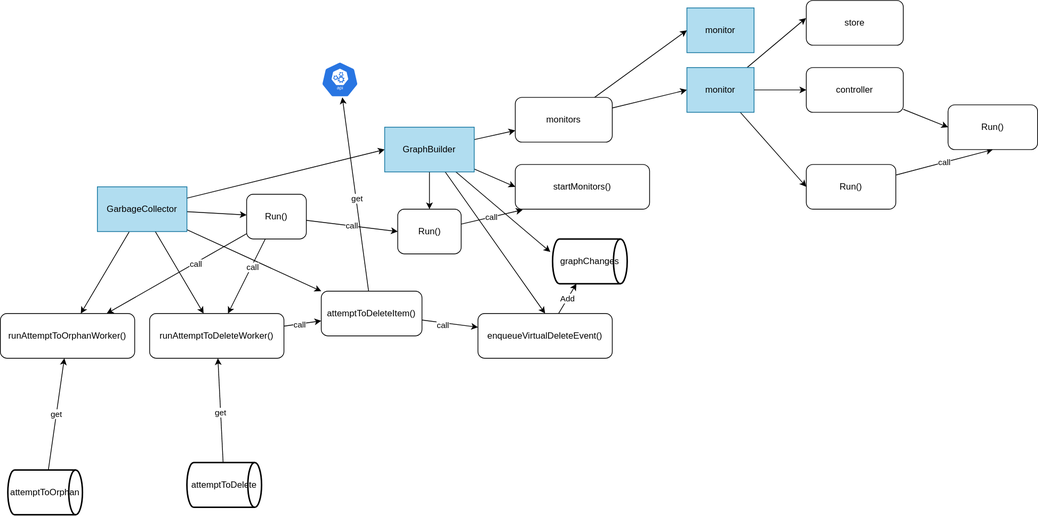
This is contents/kubernetes-components/kube-controller-manager/garbagecollector.drawio.svg from nakamasato/kubernetes-training, a draw.io export, as it was before one commit. Source tidied: cells renumbered, new cells last; positions are measured from the earlier drawing's top-left corner, leaving out a move shared by most shapes.
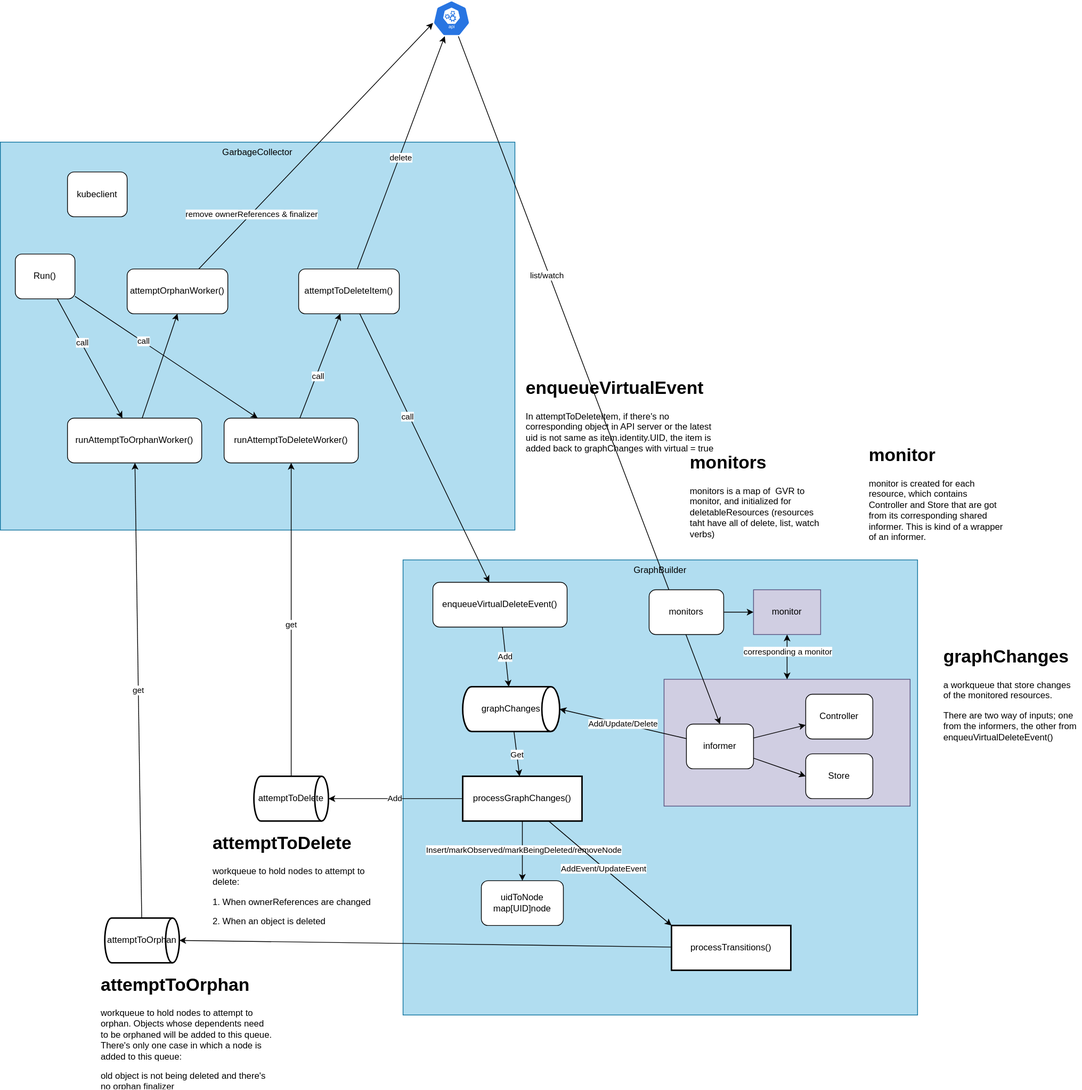
After the commit.

What changed in the source:
```diff
@@ -2,27 +2,15 @@
   <root>
     <mxCell id="0" />
     <mxCell id="1" parent="0" />
-    <mxCell id="2" style="edgeStyle=none;html=1;entryX=0;entryY=0.5;entryDx=0;entryDy=0;" parent="1" edge="1" source="41" target="29">
-      <mxGeometry relative="1" as="geometry" />
-    </mxCell>
-    <mxCell id="3" style="edgeStyle=none;html=1;" parent="1" edge="1" source="41" target="13">
-      <mxGeometry relative="1" as="geometry" />
-    </mxCell>
-    <mxCell id="4" style="edgeStyle=none;html=1;entryX=0;entryY=0;entryDx=0;entryDy=0;" parent="1" edge="1" source="41" target="34">
-      <mxGeometry relative="1" as="geometry" />
-    </mxCell>
-    <mxCell id="5" style="edgeStyle=none;html=1;" parent="1" edge="1" source="41" target="18">
-      <mxGeometry relative="1" as="geometry" />
-    </mxCell>
-    <mxCell id="6" style="edgeStyle=none;html=1;exitX=0.355;exitY=1.007;exitDx=0;exitDy=0;exitPerimeter=0;" parent="1" edge="1" source="41" target="19">
-      <mxGeometry relative="1" as="geometry" />
-    </mxCell>
-    <mxCell id="7" style="edgeStyle=none;html=1;exitX=0.5;exitY=1;exitDx=0;exitDy=0;" parent="1" edge="1" source="29" target="15">
-      <mxGeometry relative="1" as="geometry" />
-    </mxCell>
-    <mxCell id="8" value="call" style="edgeStyle=none;html=1;entryX=0;entryY=0.5;entryDx=0;entryDy=0;" parent="1" edge="1" source="13" target="15">
-      <mxGeometry relative="1" as="geometry" />
-    </mxCell>
+    <mxCell id="29" value="GraphBuilder" style="rounded=0;whiteSpace=wrap;html=1;fillColor=#b1ddf0;strokeColor=#10739e;verticalAlign=top;" parent="1" vertex="1">
+      <mxGeometry x="470" y="810" width="690" height="610" as="geometry" />
+    </mxCell>
+    <mxCell id="55" style="rounded=0;whiteSpace=wrap;html=1;fillColor=#d0cee2;strokeColor=#56517e;" parent="1" vertex="1">
+      <mxGeometry x="820" y="970" width="330" height="170" as="geometry" />
+    </mxCell>
+    <mxCell id="41" value="GarbageCollector" style="rounded=0;whiteSpace=wrap;html=1;fillColor=#b1ddf0;strokeColor=#10739e;verticalAlign=top;" parent="1" vertex="1">
+      <mxGeometry x="-70" y="250" width="690" height="520" as="geometry" />
+    </mxCell>
     <mxCell id="9" style="edgeStyle=none;html=1;" parent="1" edge="1" source="13" target="18">
       <mxGeometry relative="1" as="geometry" />
     </mxCell>
@@ -36,14 +24,8 @@
       <mxGeometry x="-0.26" y="1" relative="1" as="geometry" />
     </mxCell>
     <mxCell id="13" value="Run()" style="rounded=1;whiteSpace=wrap;html=1;" parent="1" vertex="1">
-      <mxGeometry x="330" y="260" width="80" height="60" as="geometry" />
+      <mxGeometry x="-50" y="400" width="80" height="60" as="geometry" />
     </mxCell>
-    <mxCell id="14" value="call" style="edgeStyle=none;html=1;entryX=0.055;entryY=1.014;entryDx=0;entryDy=0;entryPerimeter=0;" parent="1" edge="1" source="15" target="53">
-      <mxGeometry relative="1" as="geometry" />
-    </mxCell>
-    <mxCell id="15" value="Run()" style="rounded=1;whiteSpace=wrap;html=1;" parent="1" vertex="1">
-      <mxGeometry x="532.5" y="280" width="85" height="60" as="geometry" />
-    </mxCell>
     <mxCell id="16" style="edgeStyle=none;html=1;" parent="1" edge="1" source="18" target="34">
       <mxGeometry relative="1" as="geometry" />
     </mxCell>
@@ -51,10 +33,13 @@
       <mxGeometry x="-0.18" y="-1" relative="1" as="geometry" />
     </mxCell>
     <mxCell id="18" value="runAttemptToDeleteWorker()" style="rounded=1;whiteSpace=wrap;html=1;" parent="1" vertex="1">
-      <mxGeometry x="200" y="420" width="180" height="60" as="geometry" />
+      <mxGeometry x="230" y="620" width="180" height="60" as="geometry" />
     </mxCell>
+    <mxCell id="56" style="edgeStyle=none;html=1;entryX=0.5;entryY=1;entryDx=0;entryDy=0;startArrow=none;startFill=0;" parent="1" edge="1" source="19" target="86">
+      <mxGeometry relative="1" as="geometry" />
+    </mxCell>
     <mxCell id="19" value="runAttemptToOrphanWorker()" style="rounded=1;whiteSpace=wrap;html=1;" parent="1" vertex="1">
-      <mxGeometry y="420" width="180" height="60" as="geometry" />
+      <mxGeometry x="20" y="620" width="180" height="60" as="geometry" />
     </mxCell>
     <mxCell id="20" style="edgeStyle=none;html=1;" parent="1" edge="1" source="22" target="18">
       <mxGeometry relative="1" as="geometry" />
@@ -63,29 +48,17 @@
       <mxGeometry x="-0.03" y="1" relative="1" as="geometry" />
     </mxCell>
     <mxCell id="22" value="attemptToDelete" style="strokeWidth=2;html=1;shape=mxgraph.flowchart.direct_data;whiteSpace=wrap;" parent="1" vertex="1">
-      <mxGeometry x="250" y="620" width="100" height="60" as="geometry" />
+      <mxGeometry x="270" y="1100" width="100" height="60" as="geometry" />
     </mxCell>
     <mxCell id="23" value="get" style="edgeStyle=none;html=1;" parent="1" edge="1" source="24" target="19">
       <mxGeometry relative="1" as="geometry" />
     </mxCell>
     <mxCell id="24" value="attemptToOrphan" style="strokeWidth=2;html=1;shape=mxgraph.flowchart.direct_data;whiteSpace=wrap;" parent="1" vertex="1">
-      <mxGeometry x="10" y="630" width="100" height="60" as="geometry" />
+      <mxGeometry x="70" y="1290" width="100" height="60" as="geometry" />
     </mxCell>
-    <mxCell id="25" style="edgeStyle=none;html=1;entryX=0.5;entryY=0;entryDx=0;entryDy=0;" parent="1" edge="1" source="29" target="36">
-      <mxGeometry relative="1" as="geometry" />
-    </mxCell>
-    <mxCell id="26" style="edgeStyle=none;html=1;" parent="1" edge="1" source="29" target="40">
-      <mxGeometry relative="1" as="geometry" />
-    </mxCell>
-    <mxCell id="27" style="edgeStyle=none;html=1;entryX=0;entryY=0.5;entryDx=0;entryDy=0;" parent="1" edge="1" source="29" target="53">
-      <mxGeometry relative="1" as="geometry" />
-    </mxCell>
-    <mxCell id="28" style="edgeStyle=none;html=1;entryX=-0.03;entryY=0.29;entryDx=0;entryDy=0;entryPerimeter=0;" parent="1" edge="1" source="29" target="54">
-      <mxGeometry relative="1" as="geometry" />
-    </mxCell>
-    <mxCell id="29" value="GraphBuilder" style="rounded=0;whiteSpace=wrap;html=1;fillColor=#b1ddf0;strokeColor=#10739e;" parent="1" vertex="1">
-      <mxGeometry x="515" y="170" width="120" height="60" as="geometry" />
-    </mxCell>
+    <mxCell id="57" value="Add" style="edgeStyle=none;html=1;entryX=1;entryY=0.5;entryDx=0;entryDy=0;entryPerimeter=0;exitX=0;exitY=0.5;exitDx=0;exitDy=0;" parent="1" edge="1" source="75" target="22">
+      <mxGeometry relative="1" as="geometry" />
+    </mxCell>
     <mxCell id="30" style="edgeStyle=none;html=1;" parent="1" edge="1" source="34" target="36">
       <mxGeometry relative="1" as="geometry" />
     </mxCell>
@@ -95,71 +68,121 @@
     <mxCell id="32" style="edgeStyle=none;html=1;" parent="1" edge="1" source="34" target="37">
       <mxGeometry relative="1" as="geometry" />
     </mxCell>
-    <mxCell id="33" value="get" style="edgeLabel;html=1;align=center;verticalAlign=middle;" parent="32" vertex="1">
+    <mxCell id="33" value="delete" style="edgeLabel;html=1;align=center;verticalAlign=middle;" parent="32" vertex="1">
       <mxGeometry x="-0.04" y="-1" relative="1" as="geometry" />
     </mxCell>
     <mxCell id="34" value="attemptToDeleteItem()" style="rounded=1;whiteSpace=wrap;html=1;" parent="1" vertex="1">
-      <mxGeometry x="430" y="390" width="135" height="60" as="geometry" />
+      <mxGeometry x="330" y="420" width="135" height="60" as="geometry" />
     </mxCell>
     <mxCell id="35" value="Add" style="edgeStyle=none;html=1;" parent="1" edge="1" source="36" target="54">
       <mxGeometry relative="1" as="geometry" />
     </mxCell>
     <mxCell id="36" value="enqueueVirtualDeleteEvent()" style="rounded=1;whiteSpace=wrap;html=1;" parent="1" vertex="1">
-      <mxGeometry x="640" y="420" width="180" height="60" as="geometry" />
+      <mxGeometry x="510" y="840" width="180" height="60" as="geometry" />
     </mxCell>
+    <mxCell id="58" style="edgeStyle=none;html=1;entryX=0.5;entryY=0;entryDx=0;entryDy=0;startArrow=none;startFill=0;" parent="1" edge="1" source="37" target="68">
+      <mxGeometry relative="1" as="geometry" />
+    </mxCell>
+    <mxCell id="59" value="list/watch" style="edgeLabel;html=1;align=center;verticalAlign=middle;" parent="58" vertex="1">
+      <mxGeometry x="-0.31" y="-3" relative="1" as="geometry">
+        <mxPoint y="1" as="offset" />
+      </mxGeometry>
+    </mxCell>
     <mxCell id="37" style="sketch=0;html=1;dashed=0;whitespace=wrap;fillColor=#2875E2;strokeColor=#ffffff;points=[[0.005,0.63,0],[0.1,0.2,0],[0.9,0.2,0],[0.5,0,0],[0.995,0.63,0],[0.72,0.99,0],[0.5,1,0],[0.28,0.99,0]];shape=mxgraph.kubernetes.icon;prIcon=api;" parent="1" vertex="1">
-      <mxGeometry x="430" y="82" width="50" height="48" as="geometry" />
+      <mxGeometry x="510" y="60" width="50" height="48" as="geometry" />
     </mxCell>
     <mxCell id="38" style="edgeStyle=none;html=1;entryX=0;entryY=0.5;entryDx=0;entryDy=0;" parent="1" edge="1" source="40" target="45">
       <mxGeometry relative="1" as="geometry" />
     </mxCell>
-    <mxCell id="39" style="edgeStyle=none;html=1;entryX=0;entryY=0.5;entryDx=0;entryDy=0;" parent="1" edge="1" source="40" target="46">
-      <mxGeometry relative="1" as="geometry" />
-    </mxCell>
     <mxCell id="40" value="monitors" style="rounded=1;whiteSpace=wrap;html=1;" parent="1" vertex="1">
-      <mxGeometry x="690" y="130" width="130" height="60" as="geometry" />
+      <mxGeometry x="800" y="850" width="100" height="60" as="geometry" />
     </mxCell>
-    <mxCell id="41" value="GarbageCollector" style="rounded=0;whiteSpace=wrap;html=1;fillColor=#b1ddf0;strokeColor=#10739e;" parent="1" vertex="1">
-      <mxGeometry x="130" y="250" width="120" height="60" as="geometry" />
-    </mxCell>
-    <mxCell id="42" style="edgeStyle=none;html=1;" parent="1" edge="1" source="45" target="48">
-      <mxGeometry relative="1" as="geometry" />
-    </mxCell>
-    <mxCell id="43" style="edgeStyle=none;html=1;entryX=-0.003;entryY=0.393;entryDx=0;entryDy=0;entryPerimeter=0;" parent="1" edge="1" source="45" target="49">
-      <mxGeometry relative="1" as="geometry" />
-    </mxCell>
-    <mxCell id="44" style="edgeStyle=none;html=1;entryX=0;entryY=0.5;entryDx=0;entryDy=0;" parent="1" edge="1" source="45" target="51">
-      <mxGeometry relative="1" as="geometry" />
-    </mxCell>
+    <mxCell id="60" style="edgeStyle=none;html=1;entryX=0.5;entryY=0;entryDx=0;entryDy=0;startArrow=classic;startFill=1;" parent="1" edge="1" source="45" target="55">
+      <mxGeometry relative="1" as="geometry" />
+    </mxCell>
+    <mxCell id="61" value="corresponding a monitor" style="edgeLabel;html=1;align=center;verticalAlign=middle;" parent="60" vertex="1">
+      <mxGeometry x="-0.25" relative="1" as="geometry" />
+    </mxCell>
-    <mxCell id="45" value="monitor" style="rounded=0;whiteSpace=wrap;html=1;fillColor=#b1ddf0;strokeColor=#10739e;" parent="1" vertex="1">
-      <mxGeometry x="920" y="90" width="90" height="60" as="geometry" />
+    <mxCell id="45" value="monitor" style="rounded=0;whiteSpace=wrap;html=1;fillColor=#d0cee2;strokeColor=#56517e;" parent="1" vertex="1">
+      <mxGeometry x="940" y="850" width="90" height="60" as="geometry" />
     </mxCell>
-    <mxCell id="46" value="monitor" style="rounded=0;whiteSpace=wrap;html=1;fillColor=#b1ddf0;strokeColor=#10739e;" parent="1" vertex="1">
-      <mxGeometry x="920" y="10" width="90" height="60" as="geometry" />
-    </mxCell>
-    <mxCell id="47" style="edgeStyle=none;html=1;entryX=0;entryY=0.5;entryDx=0;entryDy=0;" parent="1" edge="1" source="48" target="52">
-      <mxGeometry relative="1" as="geometry" />
-    </mxCell>
-    <mxCell id="48" value="controller" style="rounded=1;whiteSpace=wrap;html=1;" parent="1" vertex="1">
-      <mxGeometry x="1080" y="90" width="130" height="60" as="geometry" />
-    </mxCell>
-    <mxCell id="49" value="store" style="rounded=1;whiteSpace=wrap;html=1;" parent="1" vertex="1">
-      <mxGeometry x="1080" width="130" height="60" as="geometry" />
-    </mxCell>
-    <mxCell id="50" value="call" style="edgeStyle=none;html=1;entryX=0.5;entryY=1;entryDx=0;entryDy=0;" parent="1" edge="1" source="51" target="52">
-      <mxGeometry relative="1" as="geometry" />
-    </mxCell>
-    <mxCell id="51" value="Run()" style="rounded=1;whiteSpace=wrap;html=1;" parent="1" vertex="1">
-      <mxGeometry x="1080" y="220" width="120" height="60" as="geometry" />
-    </mxCell>
-    <mxCell id="52" value="Run()" style="rounded=1;whiteSpace=wrap;html=1;" parent="1" vertex="1">
-      <mxGeometry x="1270" y="140" width="120" height="60" as="geometry" />
-    </mxCell>
-    <mxCell id="53" value="startMonitors()" style="rounded=1;whiteSpace=wrap;html=1;" parent="1" vertex="1">
-      <mxGeometry x="690" y="220" width="180" height="60" as="geometry" />
-    </mxCell>
+    <mxCell id="62" value="Get" style="edgeStyle=none;html=1;startArrow=none;startFill=0;" parent="1" edge="1" source="54" target="75">
+      <mxGeometry relative="1" as="geometry" />
+    </mxCell>
     <mxCell id="54" value="graphChanges" style="strokeWidth=2;html=1;shape=mxgraph.flowchart.direct_data;whiteSpace=wrap;" parent="1" vertex="1">
-      <mxGeometry x="740" y="320" width="100" height="60" as="geometry" />
+      <mxGeometry x="550" y="980" width="130" height="60" as="geometry" />
     </mxCell>
+    <mxCell id="63" value="uidToNode&lt;br&gt;map[UID]node" style="rounded=1;whiteSpace=wrap;html=1;" parent="1" vertex="1">
+      <mxGeometry x="575" y="1240" width="110" height="60" as="geometry" />
+    </mxCell>
+    <mxCell id="64" value="kubeclient" style="rounded=1;whiteSpace=wrap;html=1;" parent="1" vertex="1">
+      <mxGeometry x="20" y="290" width="80" height="60" as="geometry" />
+    </mxCell>
+    <mxCell id="65" value="Add/Update/Delete" style="edgeStyle=none;html=1;entryX=1;entryY=0.5;entryDx=0;entryDy=0;entryPerimeter=0;" parent="1" edge="1" source="68" target="54">
+      <mxGeometry relative="1" as="geometry" />
+    </mxCell>
+    <mxCell id="66" style="edgeStyle=none;html=1;" parent="1" edge="1" source="68" target="69">
+      <mxGeometry relative="1" as="geometry" />
+    </mxCell>
+    <mxCell id="67" style="edgeStyle=none;html=1;entryX=0;entryY=0.5;entryDx=0;entryDy=0;" parent="1" edge="1" source="68" target="70">
+      <mxGeometry relative="1" as="geometry" />
+    </mxCell>
+    <mxCell id="68" value="informer" style="rounded=1;whiteSpace=wrap;html=1;" parent="1" vertex="1">
+      <mxGeometry x="850" y="1030" width="90" height="60" as="geometry" />
+    </mxCell>
+    <mxCell id="69" value="Controller" style="rounded=1;whiteSpace=wrap;html=1;" parent="1" vertex="1">
+      <mxGeometry x="1010" y="990" width="90" height="60" as="geometry" />
+    </mxCell>
+    <mxCell id="70" value="Store" style="rounded=1;whiteSpace=wrap;html=1;" parent="1" vertex="1">
+      <mxGeometry x="1010" y="1070" width="90" height="60" as="geometry" />
+    </mxCell>
+    <mxCell id="71" style="edgeStyle=none;html=1;startArrow=none;startFill=0;" parent="1" edge="1" source="75" target="63">
+      <mxGeometry relative="1" as="geometry" />
+    </mxCell>
+    <mxCell id="72" value="Insert/markObserved/markBeingDeleted/removeNode" style="edgeLabel;html=1;align=center;verticalAlign=middle;" parent="71" vertex="1">
+      <mxGeometry x="-0.04" y="1" relative="1" as="geometry" />
+    </mxCell>
+    <mxCell id="73" style="edgeStyle=none;html=1;entryX=0;entryY=0;entryDx=0;entryDy=0;startArrow=none;startFill=0;" parent="1" edge="1" source="75" target="77">
+      <mxGeometry relative="1" as="geometry" />
+    </mxCell>
+    <mxCell id="74" value="AddEvent/UpdateEvent" style="edgeLabel;html=1;align=center;verticalAlign=middle;" parent="73" vertex="1">
+      <mxGeometry x="-0.11" y="-1" relative="1" as="geometry" />
+    </mxCell>
+    <mxCell id="75" value="processGraphChanges()" style="whiteSpace=wrap;html=1;strokeWidth=2;" parent="1" vertex="1">
+      <mxGeometry x="550" y="1100" width="160" height="60" as="geometry" />
+    </mxCell>
+    <mxCell id="76" style="edgeStyle=none;html=1;entryX=1;entryY=0.5;entryDx=0;entryDy=0;entryPerimeter=0;startArrow=none;startFill=0;" parent="1" edge="1" source="77" target="24">
+      <mxGeometry relative="1" as="geometry" />
+    </mxCell>
+    <mxCell id="77" value="processTransitions()" style="whiteSpace=wrap;html=1;strokeWidth=2;" parent="1" vertex="1">
+      <mxGeometry x="830" y="1300" width="160" height="60" as="geometry" />
+    </mxCell>
+    <mxCell id="78" value="&lt;h1&gt;monitor&lt;/h1&gt;&lt;p&gt;monitor is created for each resource, which contains Controller and Store that are got from its corresponding shared informer. This is kind of a wrapper of an informer.&amp;nbsp;&lt;/p&gt;" style="text;html=1;strokeColor=none;fillColor=none;spacing=5;spacingTop=-20;whiteSpace=wrap;overflow=hidden;rounded=0;" parent="1" vertex="1">
+      <mxGeometry x="1090" y="650" width="190" height="140" as="geometry" />
+    </mxCell>
+    <mxCell id="79" value="&lt;h1&gt;monitors&lt;/h1&gt;&lt;p&gt;monitors is a map of&amp;nbsp; GVR to monitor, and initialized for deletableResources (resources taht have all of delete, list, watch verbs)&lt;/p&gt;" style="text;html=1;strokeColor=none;fillColor=none;spacing=5;spacingTop=-20;whiteSpace=wrap;overflow=hidden;rounded=0;" parent="1" vertex="1">
+      <mxGeometry x="850" y="660" width="190" height="140" as="geometry" />
+    </mxCell>
+    <mxCell id="80" value="&lt;h1&gt;graphChanges&lt;/h1&gt;&lt;p&gt;a workqueue that store changes of the monitored resources.&lt;/p&gt;&lt;p&gt;There are two way of inputs; one from the informers, the other from enqueuVirtualDeleteEvent()&lt;/p&gt;" style="text;html=1;strokeColor=none;fillColor=none;spacing=5;spacingTop=-20;whiteSpace=wrap;overflow=hidden;rounded=0;" parent="1" vertex="1">
+      <mxGeometry x="1190" y="920" width="190" height="140" as="geometry" />
+    </mxCell>
+    <mxCell id="81" value="&lt;h1&gt;attemptToDelete&lt;/h1&gt;&lt;p&gt;workqueue to hold nodes to attempt to delete:&lt;/p&gt;&lt;p&gt;1. When ownerReferences are changed&lt;/p&gt;&lt;p&gt;2. When an object is deleted&lt;/p&gt;" style="text;html=1;strokeColor=none;fillColor=none;spacing=5;spacingTop=-20;whiteSpace=wrap;overflow=hidden;rounded=0;" parent="1" vertex="1">
+      <mxGeometry x="210" y="1170" width="240" height="160" as="geometry" />
+    </mxCell>
+    <mxCell id="82" value="&lt;h1&gt;attemptToOrphan&lt;/h1&gt;&lt;p&gt;workqueue to hold nodes to attempt to orphan. Objects whose dependents need to be orphaned will be added to this queue.&amp;nbsp;&lt;span style=&quot;background-color: initial;&quot;&gt;There's only one case in which a node is added to this queue:&amp;nbsp;&lt;/span&gt;&lt;/p&gt;&lt;p&gt;&lt;span style=&quot;background-color: initial;&quot;&gt;old object is not being deleted and there's no orphan finalizer&amp;nbsp;&lt;/span&gt;&lt;/p&gt;" style="text;html=1;strokeColor=none;fillColor=none;spacing=5;spacingTop=-20;whiteSpace=wrap;overflow=hidden;rounded=0;" parent="1" vertex="1">
+      <mxGeometry x="60" y="1360" width="240" height="160" as="geometry" />
+    </mxCell>
+    <mxCell id="83" value="&lt;h1&gt;enqueueVirtualEvent&lt;/h1&gt;&lt;p&gt;In attemptToDeleteItem, if there's no corresponding object in API server or the latest uid is not same as item.identity.UID, the item is added back to graphChanges with virtual = true&lt;/p&gt;" style="text;html=1;strokeColor=none;fillColor=none;spacing=5;spacingTop=-20;whiteSpace=wrap;overflow=hidden;rounded=0;" parent="1" vertex="1">
+      <mxGeometry x="630" y="560" width="270" height="140" as="geometry" />
+    </mxCell>
+    <mxCell id="84" style="edgeStyle=none;html=1;entryX=0.005;entryY=0.63;entryDx=0;entryDy=0;entryPerimeter=0;startArrow=none;startFill=0;" parent="1" edge="1" source="86" target="37">
+      <mxGeometry relative="1" as="geometry" />
+    </mxCell>
+    <mxCell id="85" value="remove ownerReferences &amp;amp; finalizer" style="edgeLabel;html=1;align=center;verticalAlign=middle;" parent="84" vertex="1">
+      <mxGeometry x="-0.55" relative="1" as="geometry" />
+    </mxCell>
+    <mxCell id="86" value="attemptOrphanWorker()" style="rounded=1;whiteSpace=wrap;html=1;" parent="1" vertex="1">
+      <mxGeometry x="100" y="420" width="135" height="60" as="geometry" />
+    </mxCell>
   </root>
 </mxGraphModel>
```
